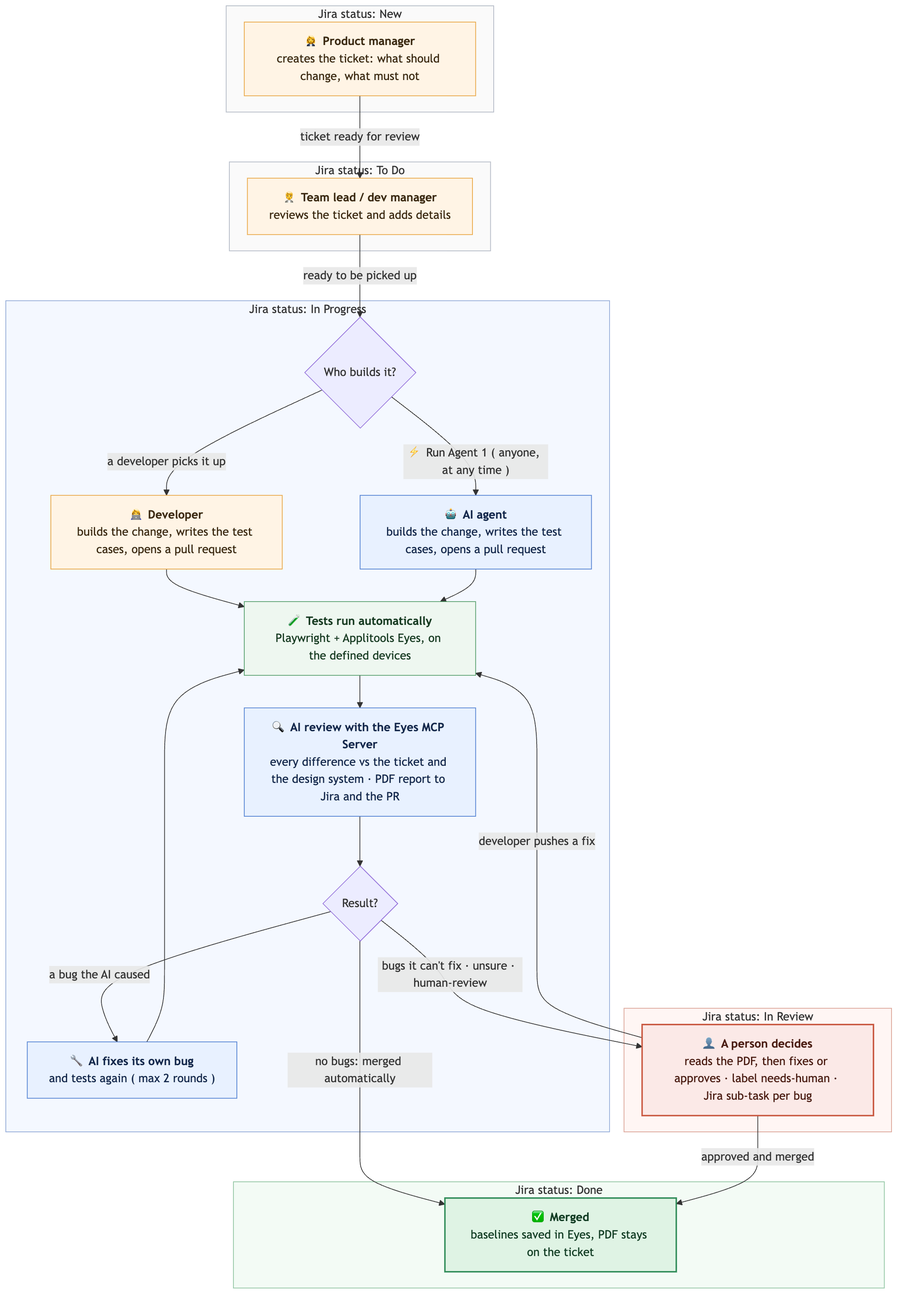
Above: docs/images/user-flow.png in ssharma007-dev/wikipedia-visual-ci (Mermaid), before the change. Its source is kept beside it as docs/images/user-flow.mmd.
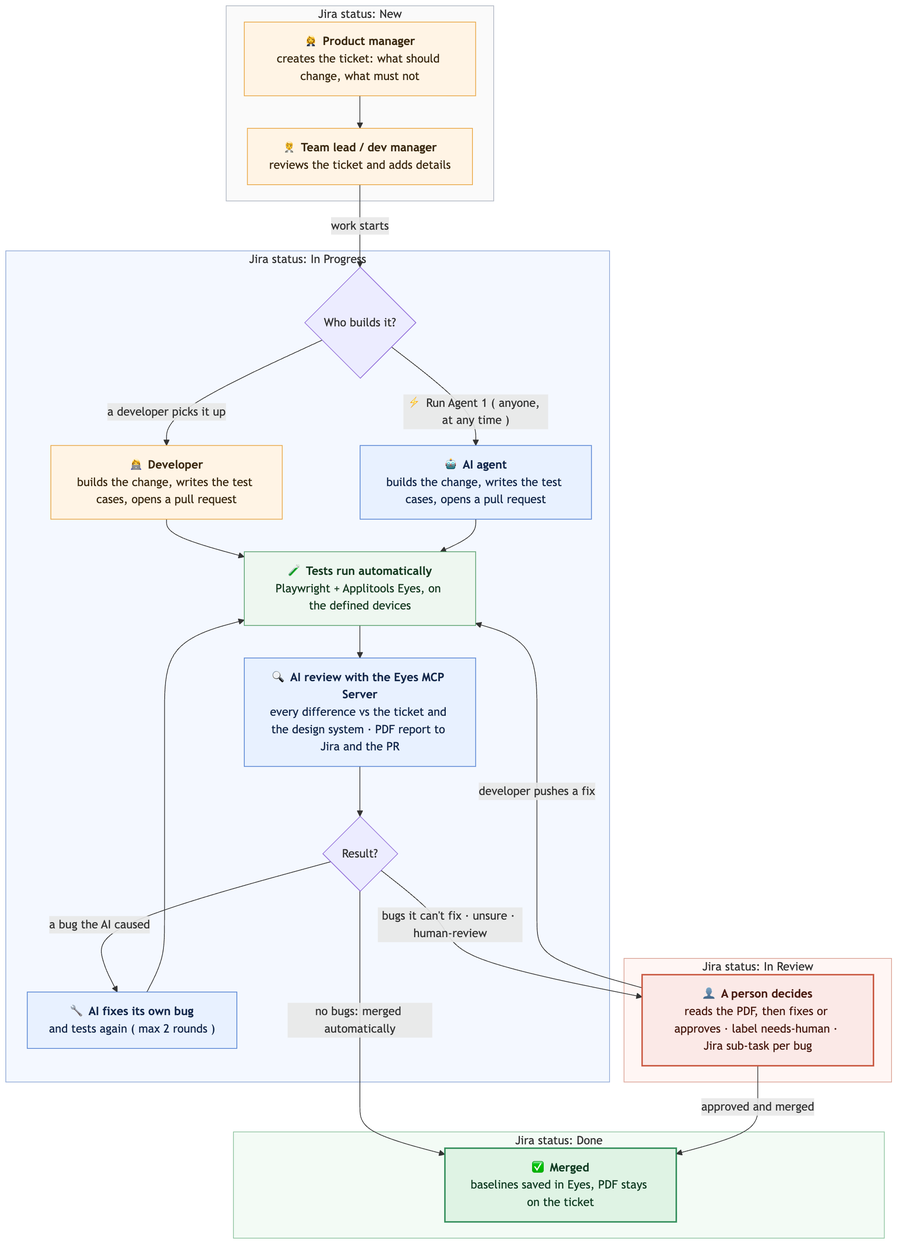
The same diagram one commit later.

Commit message:
Four Jira statuses: New → In Progress → In Review → Done (team lead reviews in New); diagram and docs updated

Diff of the diagram source:
```diff
@@ -2,8 +2,6 @@
 flowchart TD
     subgraph S1["Jira status: New"]
         A["👩‍💼 <b>Product manager</b><br/>creates the ticket: what should change, what must not"]
-    end
-    subgraph S2["Jira status: To Do"]
         B["🧑‍💼 <b>Team lead / dev manager</b><br/>reviews the ticket and adds details"]
     end
     subgraph S3["Jira status: In Progress"]
@@ -22,8 +20,8 @@
         K["✅ <b>Merged</b><br/>baselines saved in Eyes, PDF stays on the ticket"]
     end
 
-    A -->|"ticket ready for review"| B
-    B -->|"ready to be picked up"| C
+    A --> B
+    B -->|"work starts"| C
     C -->|"a developer picks it up"| D
     C -->|"⚡ Run Agent 1 ( anyone, at any time )"| E
     D --> F
@@ -48,7 +46,6 @@
     class K good
     class J decide
     style S1 fill:#FAFAFA,stroke:#B0B7C3
-    style S2 fill:#FAFAFA,stroke:#B0B7C3
     style S3 fill:#F4F8FF,stroke:#8FA8D6
     style S4 fill:#FFF6F4,stroke:#D9A093
     style S5 fill:#F3FBF5,stroke:#8CC29E
```
